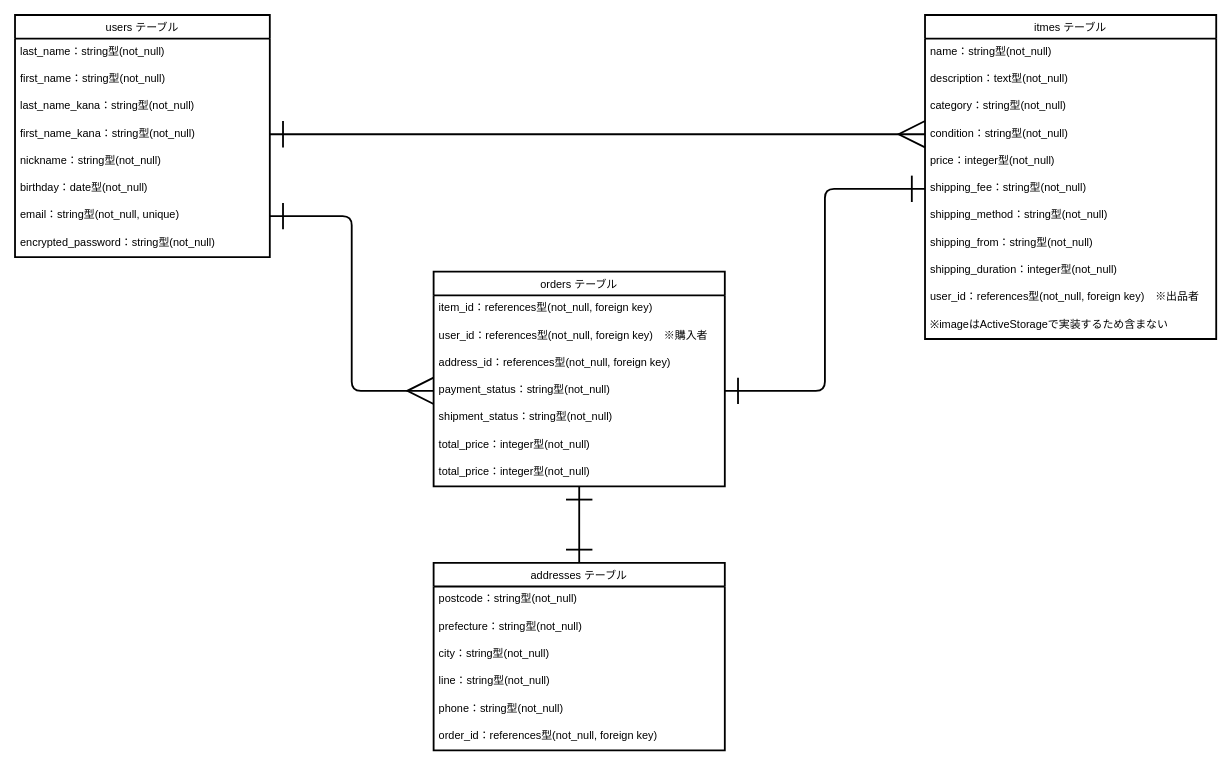
Before: furimaER.dio in sssan-tech/furima-41472, a draw.io diagram. Source tidied: cells renumbered, new cells numbered last; positions are measured from the earlier drawing's top-left corner, leaving out a move shared by most shapes. Both pictures are drawn from the tidied source at 91%, with x=0, y=0 at pixel (15, 15).
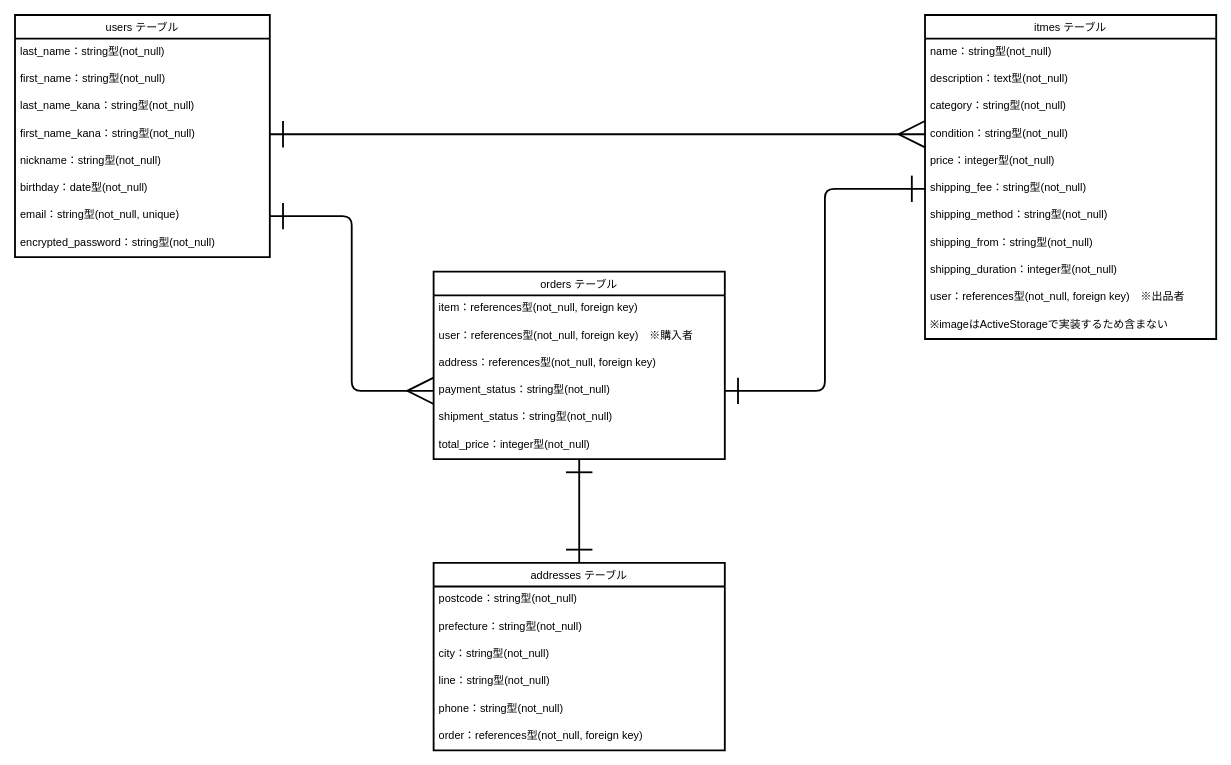
The same diagram, later.

Commit message (it also covers changes not shown here):
外部キーカラムから_id記載の削除

Unchanged cells that the change refers to:
```xml
<mxCell id="11" value="itmes テーブル" style="swimlane;fontStyle=0;horizontal=1;startSize=26;align=center;fontSize=12;labelBackgroundColor=none;labelBorderColor=none;strokeWidth=2;swimlaneFillColor=default;gradientColor=none;" parent="1" vertex="1">
  <mxGeometry x="1000" width="320" height="356" as="geometry" />
</mxCell>
<mxCell id="32" value="addresses テーブル" style="swimlane;fontStyle=0;horizontal=1;startSize=26;align=center;fontSize=12;labelBackgroundColor=none;labelBorderColor=none;strokeWidth=2;swimlaneFillColor=default;" parent="1" vertex="1">
  <mxGeometry x="460" y="602" width="320" height="206" as="geometry" />
</mxCell>
```

Change to the diagram source:
```diff
@@
-    <mxCell id="21" value="user_id：references型(not_null, foreign key)　※出品者" style="text;spacingLeft=4;spacingRight=4;overflow=hidden;fontSize=12;labelBackgroundColor=none;labelBorderColor=none;strokeWidth=2;" parent="11" vertex="1">
+    <mxCell id="21" value="user：references型(not_null, foreign key)　※出品者" style="text;spacingLeft=4;spacingRight=4;overflow=hidden;fontSize=12;labelBackgroundColor=none;labelBorderColor=none;strokeWidth=2;" parent="11" vertex="1">
       <mxGeometry y="296" width="320" height="30" as="geometry" />
     </mxCell>
@@
     <mxCell id="23" value="orders テーブル" style="swimlane;fontStyle=0;horizontal=1;startSize=26;align=center;fontSize=12;labelBackgroundColor=none;labelBorderColor=none;strokeWidth=2;swimlaneFillColor=default;" parent="1" vertex="1">
-      <mxGeometry x="460" y="282" width="320" height="236" as="geometry" />
+      <mxGeometry x="460" y="282" width="320" height="206" as="geometry" />
     </mxCell>
-    <mxCell id="24" value="item_id：references型(not_null, foreign key)" style="text;spacingLeft=4;spacingRight=4;overflow=hidden;fontSize=12;labelBackgroundColor=none;labelBorderColor=none;strokeWidth=2;" parent="23" vertex="1">
+    <mxCell id="24" value="item：references型(not_null, foreign key)" style="text;spacingLeft=4;spacingRight=4;overflow=hidden;fontSize=12;labelBackgroundColor=none;labelBorderColor=none;strokeWidth=2;" parent="23" vertex="1">
       <mxGeometry y="26" width="320" height="30" as="geometry" />
     </mxCell>
-    <mxCell id="25" value="user_id：references型(not_null, foreign key)　※購入者" style="text;spacingLeft=4;spacingRight=4;overflow=hidden;fontSize=12;labelBackgroundColor=none;labelBorderColor=none;strokeWidth=2;" parent="23" vertex="1">
+    <mxCell id="25" value="user：references型(not_null, foreign key)　※購入者" style="text;spacingLeft=4;spacingRight=4;overflow=hidden;fontSize=12;labelBackgroundColor=none;labelBorderColor=none;strokeWidth=2;" parent="23" vertex="1">
       <mxGeometry y="56" width="320" height="30" as="geometry" />
     </mxCell>
-    <mxCell id="26" value="address_id：references型(not_null, foreign key)" style="text;spacingLeft=4;spacingRight=4;overflow=hidden;fontSize=12;labelBackgroundColor=none;labelBorderColor=none;strokeWidth=2;" parent="23" vertex="1">
+    <mxCell id="26" value="address：references型(not_null, foreign key)" style="text;spacingLeft=4;spacingRight=4;overflow=hidden;fontSize=12;labelBackgroundColor=none;labelBorderColor=none;strokeWidth=2;" parent="23" vertex="1">
       <mxGeometry y="86" width="320" height="30" as="geometry" />
     </mxCell>
@@
-    <mxCell id="29" value="total_price：integer型(not_null)" style="text;spacingLeft=4;spacingRight=4;overflow=hidden;fontSize=12;labelBackgroundColor=none;labelBorderColor=none;strokeWidth=2;" parent="23" vertex="1">
-      <mxGeometry y="176" width="320" height="30" as="geometry" />
-    </mxCell>
     <mxCell id="30" value="total_price：integer型(not_null)" style="text;spacingLeft=4;spacingRight=4;overflow=hidden;points=[[0,0.5],[1,0.5]];portConstraint=eastwest;fontSize=12;labelBackgroundColor=none;labelBorderColor=none;strokeWidth=2;" parent="23" vertex="1">
-      <mxGeometry y="206" width="320" height="30" as="geometry" />
+      <mxGeometry y="176" width="320" height="30" as="geometry" />
     </mxCell>
@@
-    <mxCell id="38" value="order_id：references型(not_null, foreign key)&#10;" style="text;spacingLeft=4;spacingRight=4;overflow=hidden;fontSize=12;labelBackgroundColor=none;labelBorderColor=none;strokeWidth=2;" parent="32" vertex="1">
+    <mxCell id="38" value="order：references型(not_null, foreign key)&#10;" style="text;spacingLeft=4;spacingRight=4;overflow=hidden;fontSize=12;labelBackgroundColor=none;labelBorderColor=none;strokeWidth=2;" parent="32" vertex="1">
       <mxGeometry y="176" width="320" height="30" as="geometry" />
     </mxCell>
```
